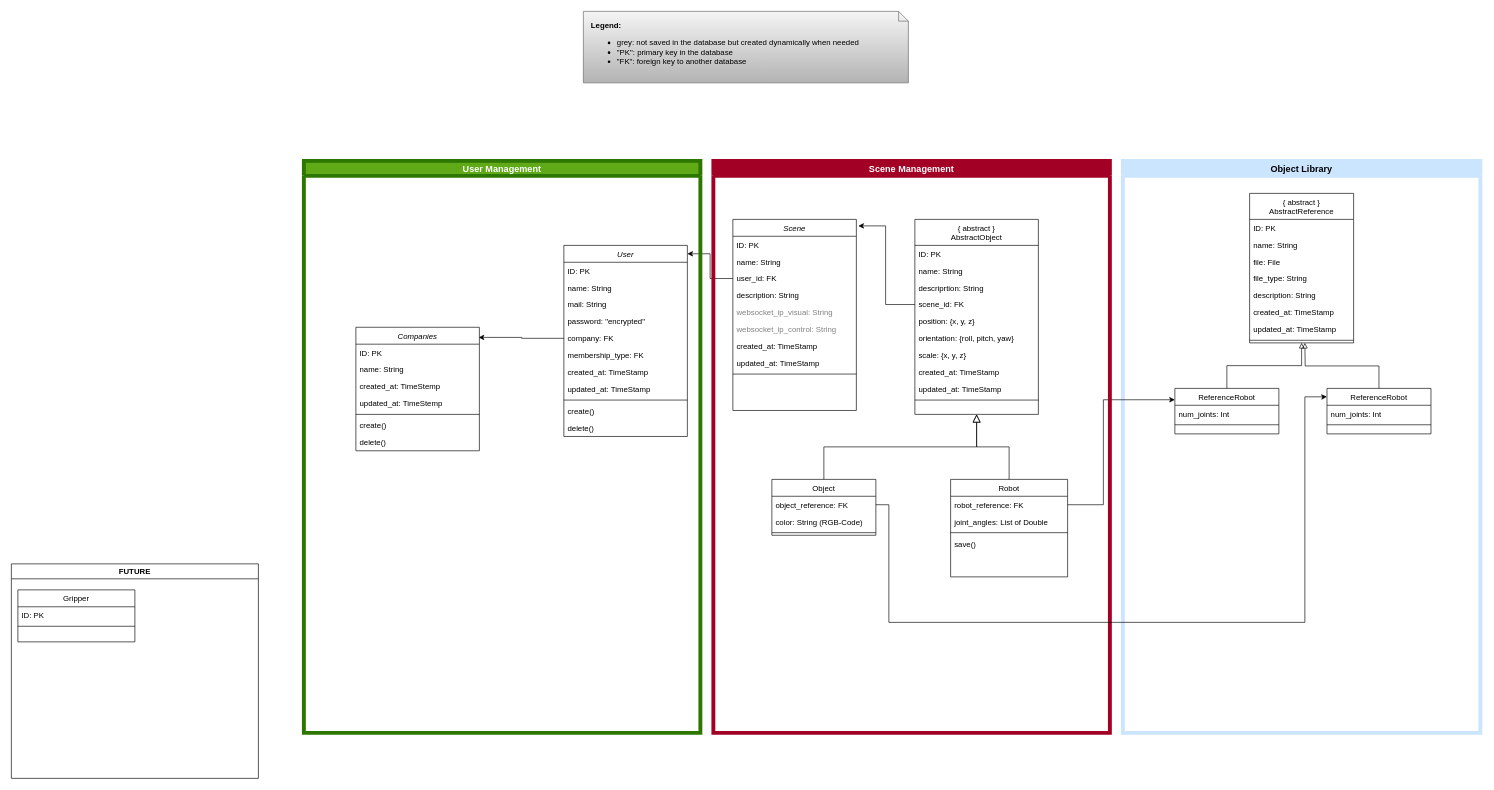
Above: page "Backend-Classes" (1 of 2) of Class_Diagram.drawio in openroboticmetaverse/orom_backend (draw.io), before the change. Source tidied: cells renumbered, new cells numbered last; positions are measured from the earlier drawing's top-left corner, leaving out a move shared by most shapes. Both pictures are drawn from the tidied source at 65%, with x=0, y=0 at pixel (11, 11).
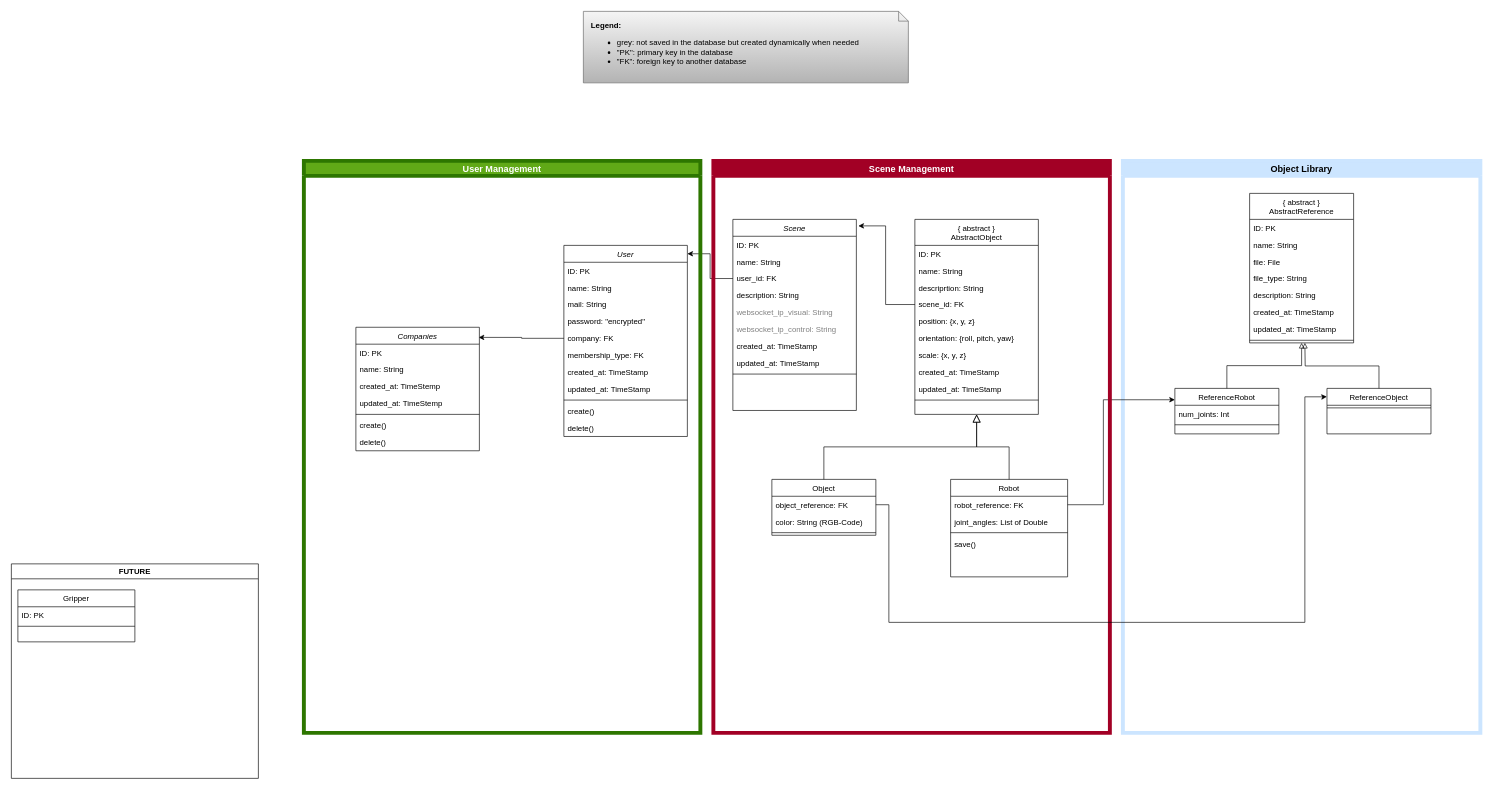
Above is the later version.

Commit message (it also covers changes not shown here):
Remove duplicate of color in ReferenceObject and Object; update Diagrams

Unchanged cells that the change refers to:
```xml
<mxCell id="32" value="Object Library" style="swimlane;whiteSpace=wrap;html=1;fillColor=#cce5ff;strokeColor=#CCE5FF;strokeWidth=6;fontColor=#000000;fontSize=14;" parent="1" vertex="1">
  <mxGeometry x="1710" y="230" width="550" height="880" as="geometry" />
</mxCell>
```

The edit, as a diff of the source:
```diff
@@
-    <mxCell id="45" value="ReferenceRobot" style="swimlane;fontStyle=0;align=center;verticalAlign=top;horizontal=1;startSize=26;rounded=0;shadow=0;strokeWidth=1;" parent="32" vertex="1">
+    <mxCell id="45" value="ReferenceObject" style="swimlane;fontStyle=0;align=center;verticalAlign=top;horizontal=1;startSize=26;rounded=0;shadow=0;strokeWidth=1;" parent="32" vertex="1">
       <mxGeometry x="314" y="350" width="160" height="70" as="geometry" />
     </mxCell>
-    <mxCell id="46" value="num_joints: Int" style="text;align=left;verticalAlign=top;spacingLeft=4;spacingRight=4;overflow=hidden;" parent="45" vertex="1">
-      <mxGeometry y="26" width="160" height="26" as="geometry" />
-    </mxCell>
     <mxCell id="47" style="line;html=1;strokeWidth=1;align=left;verticalAlign=middle;spacingTop=-1;spacingLeft=3;spacingRight=3;labelPosition=right;" parent="45" vertex="1">
-      <mxGeometry y="52" width="160" height="8" as="geometry" />
+      <mxGeometry y="26" width="160" height="8" as="geometry" />
     </mxCell>
```
